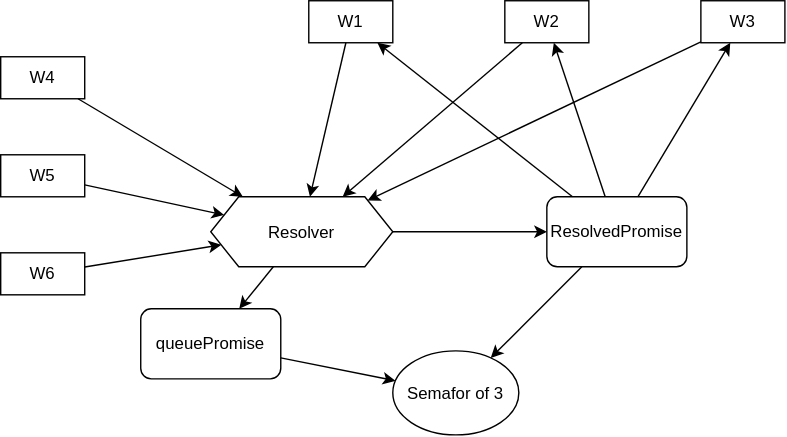
The draw.io diagram База/Конкурентность/semafor/semafor.drawio.svg in kosukhin/catalog, before a commit. Source tidied: cells renumbered, new cells last; positions are measured from the earlier drawing's top-left corner, leaving out a move shared by most shapes. Source of this version:
```xml
<mxGraphModel>
  <root>
    <mxCell id="0" />
    <mxCell id="1" parent="0" />
    <mxCell id="2" value="W1" style="rounded=0;whiteSpace=wrap;html=1;" parent="1" vertex="1">
      <mxGeometry x="220" width="60" height="30" as="geometry" />
    </mxCell>
    <mxCell id="3" value="W2" style="rounded=0;whiteSpace=wrap;html=1;" parent="1" vertex="1">
      <mxGeometry x="360" width="60" height="30" as="geometry" />
    </mxCell>
    <mxCell id="4" value="W3" style="rounded=0;whiteSpace=wrap;html=1;" parent="1" vertex="1">
      <mxGeometry x="500" width="60" height="30" as="geometry" />
    </mxCell>
    <mxCell id="5" value="Semafor of 3&lt;div&gt;&lt;br/&gt;&lt;/div&gt;" style="ellipse;whiteSpace=wrap;html=1;shapeInside=1;" parent="1" vertex="1">
      <mxGeometry x="280" y="250" width="90" height="60" as="geometry" />
    </mxCell>
    <mxCell id="6" value="ResolvedPromise" style="rounded=1;whiteSpace=wrap;html=1;roundedPerimeter=1;" parent="1" vertex="1">
      <mxGeometry x="390" y="140" width="100" height="50" as="geometry" />
    </mxCell>
    <mxCell id="7" value="queuePromise" style="rounded=1;whiteSpace=wrap;html=1;roundedPerimeter=1;" parent="1" vertex="1">
      <mxGeometry x="100" y="220" width="100" height="50" as="geometry" />
    </mxCell>
    <mxCell id="8" value="Resolver" style="shape=hexagon;perimeter=hexagonPerimeter2;whiteSpace=wrap;html=1;shapeInside=1;fixedSize=1;" parent="1" vertex="1">
      <mxGeometry x="150" y="140" width="130" height="50" as="geometry" />
    </mxCell>
    <mxCell id="9" style="edgeStyle=none;html=1;" parent="1" edge="1" source="2" target="8">
      <mxGeometry relative="1" as="geometry" />
    </mxCell>
    <mxCell id="10" style="edgeStyle=none;html=1;" parent="1" edge="1" source="3" target="8">
      <mxGeometry relative="1" as="geometry" />
    </mxCell>
    <mxCell id="11" style="edgeStyle=none;html=1;" parent="1" edge="1" source="4" target="8">
      <mxGeometry relative="1" as="geometry" />
    </mxCell>
    <mxCell id="12" style="edgeStyle=none;html=1;" parent="1" edge="1" source="6" target="5">
      <mxGeometry relative="1" as="geometry" />
    </mxCell>
    <mxCell id="13" style="edgeStyle=none;html=1;" parent="1" edge="1" source="7" target="5">
      <mxGeometry relative="1" as="geometry" />
    </mxCell>
    <mxCell id="14" style="edgeStyle=none;html=1;" parent="1" edge="1" source="8" target="6">
      <mxGeometry relative="1" as="geometry" />
    </mxCell>
    <mxCell id="15" style="edgeStyle=none;html=1;" parent="1" edge="1" source="6" target="4">
      <mxGeometry relative="1" as="geometry" />
    </mxCell>
    <mxCell id="16" style="edgeStyle=none;html=1;" parent="1" edge="1" source="6" target="3">
      <mxGeometry relative="1" as="geometry" />
    </mxCell>
    <mxCell id="17" style="edgeStyle=none;html=1;" parent="1" edge="1" source="6" target="2">
      <mxGeometry relative="1" as="geometry" />
    </mxCell>
    <mxCell id="18" value="W4" style="rounded=0;whiteSpace=wrap;html=1;" parent="1" vertex="1">
      <mxGeometry y="40" width="60" height="30" as="geometry" />
    </mxCell>
    <mxCell id="19" value="W6" style="rounded=0;whiteSpace=wrap;html=1;" parent="1" vertex="1">
      <mxGeometry y="180" width="60" height="30" as="geometry" />
    </mxCell>
    <mxCell id="20" value="W5" style="rounded=0;whiteSpace=wrap;html=1;" parent="1" vertex="1">
      <mxGeometry y="110" width="60" height="30" as="geometry" />
    </mxCell>
    <mxCell id="21" style="edgeStyle=none;html=1;" parent="1" edge="1" source="18" target="8">
      <mxGeometry relative="1" as="geometry" />
    </mxCell>
    <mxCell id="22" style="edgeStyle=none;html=1;" parent="1" edge="1" source="20" target="8">
      <mxGeometry relative="1" as="geometry" />
    </mxCell>
    <mxCell id="23" style="edgeStyle=none;html=1;" parent="1" edge="1" source="19" target="8">
      <mxGeometry relative="1" as="geometry" />
    </mxCell>
    <mxCell id="24" style="edgeStyle=none;html=1;" parent="1" edge="1" source="8" target="7">
      <mxGeometry relative="1" as="geometry" />
    </mxCell>
  </root>
</mxGraphModel>
```
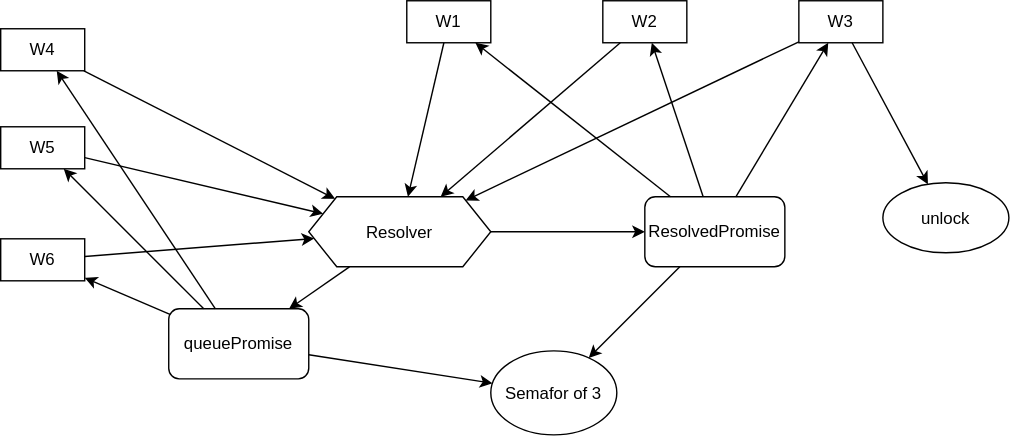
Above is the later version.

Change to the diagram source:
```diff
@@ -18,7 +18,7 @@
       <mxGeometry x="390" y="140" width="100" height="50" as="geometry" />
     </mxCell>
     <mxCell id="7" value="queuePromise" style="rounded=1;whiteSpace=wrap;html=1;roundedPerimeter=1;" parent="1" vertex="1">
-      <mxGeometry x="100" y="220" width="100" height="50" as="geometry" />
+      <mxGeometry x="50" y="220" width="100" height="50" as="geometry" />
     </mxCell>
     <mxCell id="8" value="Resolver" style="shape=hexagon;perimeter=hexagonPerimeter2;whiteSpace=wrap;html=1;shapeInside=1;fixedSize=1;" parent="1" vertex="1">
       <mxGeometry x="150" y="140" width="130" height="50" as="geometry" />
@@ -51,13 +51,13 @@
       <mxGeometry relative="1" as="geometry" />
     </mxCell>
     <mxCell id="18" value="W4" style="rounded=0;whiteSpace=wrap;html=1;" parent="1" vertex="1">
-      <mxGeometry y="40" width="60" height="30" as="geometry" />
+      <mxGeometry x="-70" y="20" width="60" height="30" as="geometry" />
     </mxCell>
     <mxCell id="19" value="W6" style="rounded=0;whiteSpace=wrap;html=1;" parent="1" vertex="1">
-      <mxGeometry y="180" width="60" height="30" as="geometry" />
+      <mxGeometry x="-70" y="170" width="60" height="30" as="geometry" />
     </mxCell>
     <mxCell id="20" value="W5" style="rounded=0;whiteSpace=wrap;html=1;" parent="1" vertex="1">
-      <mxGeometry y="110" width="60" height="30" as="geometry" />
+      <mxGeometry x="-70" y="90" width="60" height="30" as="geometry" />
     </mxCell>
     <mxCell id="21" style="edgeStyle=none;html=1;" parent="1" edge="1" source="18" target="8">
       <mxGeometry relative="1" as="geometry" />
@@ -71,5 +71,20 @@
     <mxCell id="24" style="edgeStyle=none;html=1;" parent="1" edge="1" source="8" target="7">
       <mxGeometry relative="1" as="geometry" />
     </mxCell>
+    <mxCell id="25" style="edgeStyle=none;html=1;" parent="1" edge="1" source="7" target="18">
+      <mxGeometry relative="1" as="geometry" />
+    </mxCell>
+    <mxCell id="26" style="edgeStyle=none;html=1;" parent="1" edge="1" source="7" target="20">
+      <mxGeometry relative="1" as="geometry" />
+    </mxCell>
+    <mxCell id="27" style="edgeStyle=none;html=1;" parent="1" edge="1" source="7" target="19">
+      <mxGeometry relative="1" as="geometry" />
+    </mxCell>
+    <mxCell id="28" value="unlock&lt;div&gt;&lt;br/&gt;&lt;/div&gt;" style="ellipse;whiteSpace=wrap;html=1;shapeInside=1;" parent="1" vertex="1">
+      <mxGeometry x="560" y="130" width="90" height="50" as="geometry" />
+    </mxCell>
+    <mxCell id="29" style="edgeStyle=none;html=1;" parent="1" edge="1" source="4" target="28">
+      <mxGeometry relative="1" as="geometry" />
+    </mxCell>
   </root>
 </mxGraphModel>
```
